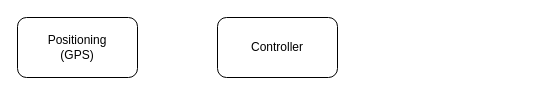
Above: PBL6-BusSystemImprovement.drawio in lukas0173/Draw.io (draw.io), before the change. Source tidied: cells renumbered, new cells numbered last; positions are measured from the earlier drawing's top-left corner, leaving out a move shared by most shapes. Both pictures are drawn from the tidied source at 100%, with x=0, y=0 at pixel (17, 17).
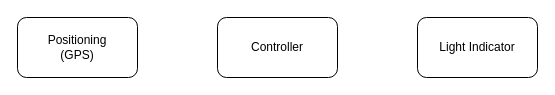
The same diagram, later.

Diff of the diagram source:
```diff
@@
 <mxGraphModel>
   <root>
     <mxCell id="0" />
     <mxCell id="1" parent="0" />
     <mxCell id="2" value="Controller" style="rounded=1;whiteSpace=wrap;html=1;" parent="1" vertex="1">
       <mxGeometry x="200" width="120" height="60" as="geometry" />
     </mxCell>
     <mxCell id="3" value="Positioning&lt;div&gt;(GPS)&lt;/div&gt;" style="rounded=1;whiteSpace=wrap;html=1;" parent="1" vertex="1">
       <mxGeometry width="120" height="60" as="geometry" />
     </mxCell>
+    <mxCell id="4" value="Light Indicator" style="rounded=1;whiteSpace=wrap;html=1;" parent="1" vertex="1">
+      <mxGeometry x="400" width="120" height="60" as="geometry" />
+    </mxCell>
   </root>
 </mxGraphModel>
```
